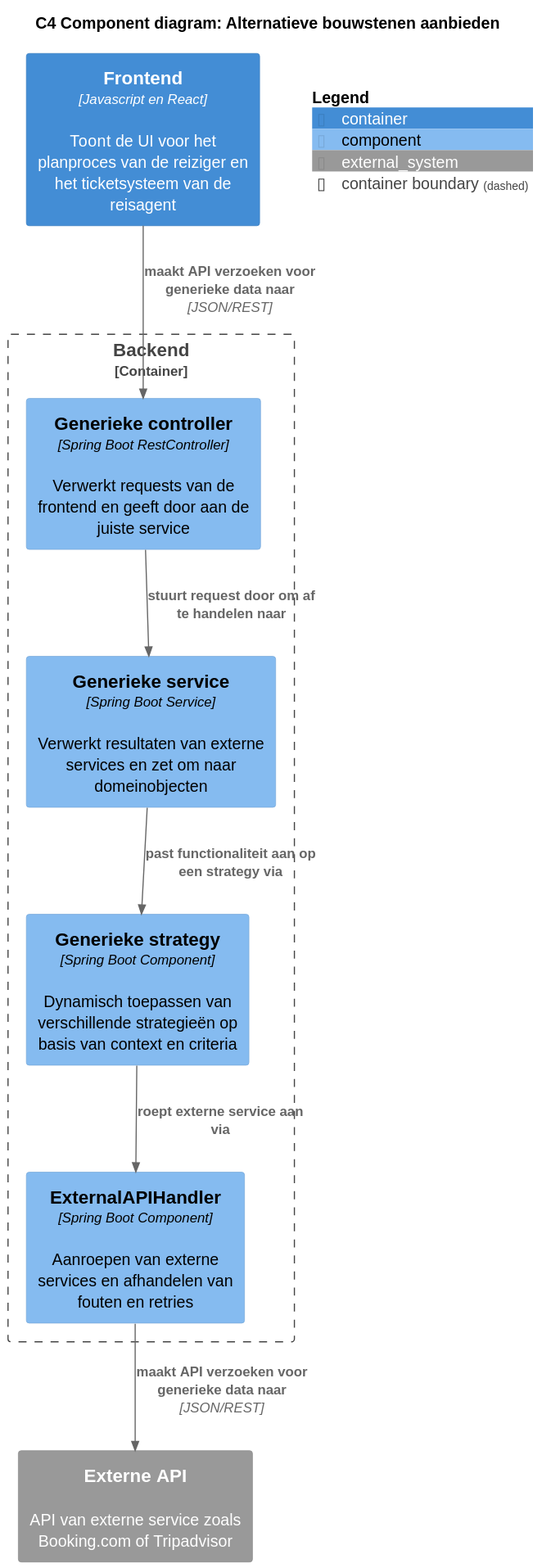
Before: software-guidebook/sgb-bestanden/ontwerpvragen/Modularity - component diagram-C4_Component_diagram__Alternatieve_bouwstenen_aanbieden.svg, a diagram exported from PlantUML (AIM-ENE-feb25/triptop-groep-4-jochem-roald-stijn-a).
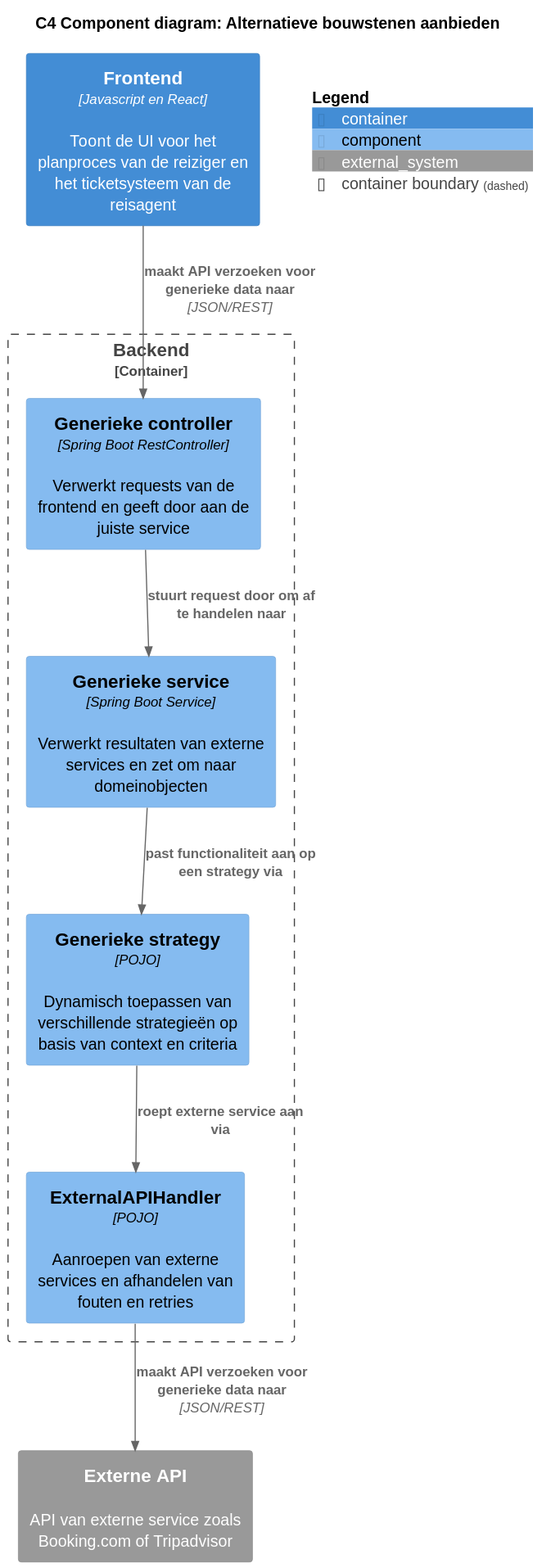
After the commit.

Commit message:
POJO toegevoegd aan diagrammen

What changed in the source:
```diff
@@ -10,8 +10,8 @@
 Container_Boundary(backend, "Backend") {
     Component(controller, "Generieke controller", "Spring Boot RestController", "Verwerkt requests van de frontend en geeft door aan de juiste service")
     Component(service, "Generieke service", "Spring Boot Service", "Verwerkt resultaten van externe services en zet om naar domeinobjecten")
-    Component(strategy, "Generieke strategy", "Spring Boot Component", "Dynamisch toepassen van verschillende strategieën op basis van context en criteria")
-    Component(apiHandler, "ExternalAPIHandler", "Spring Boot Component", "Aanroepen van externe services en afhandelen van fouten en retries")
+    Component(strategy, "Generieke strategy", "POJO", "Dynamisch toepassen van verschillende strategieën op basis van context en criteria")
+    Component(apiHandler, "ExternalAPIHandler", "POJO", "Aanroepen van externe services en afhandelen van fouten en retries")
 }
 
 System_Ext(api, "Externe API", "API van externe service zoals Booking.com of Tripadvisor")
```
